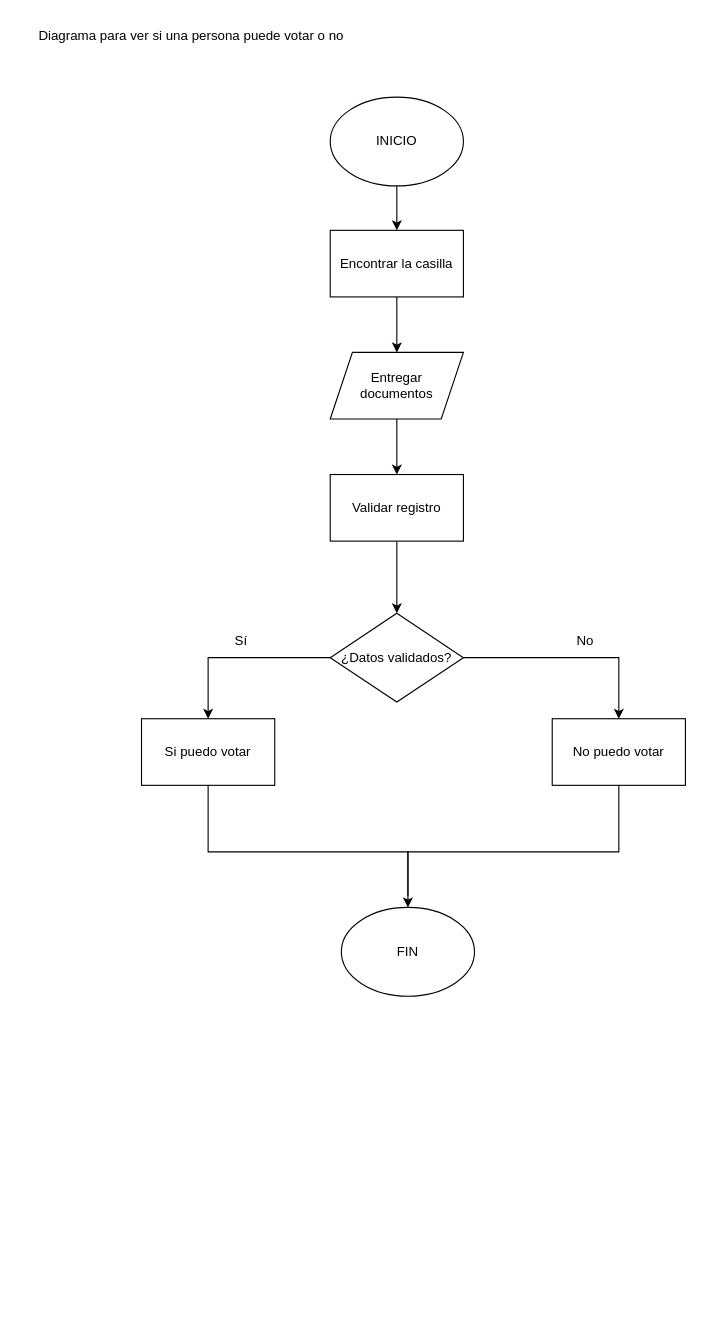
This is M01PC/S01/Lab01-INE/Step02-Diagram/Diagram-INE.drawio from G-Moll/EDC_ZR_LJ_2025_07_14_14HRS, a draw.io file, before an edit. Source tidied: cells renumbered, new cells numbered last; positions are measured from the earlier drawing's top-left corner, leaving out a move shared by most shapes. Both pictures are drawn from the tidied source at 111%, with x=0, y=0 at pixel (19, 19).
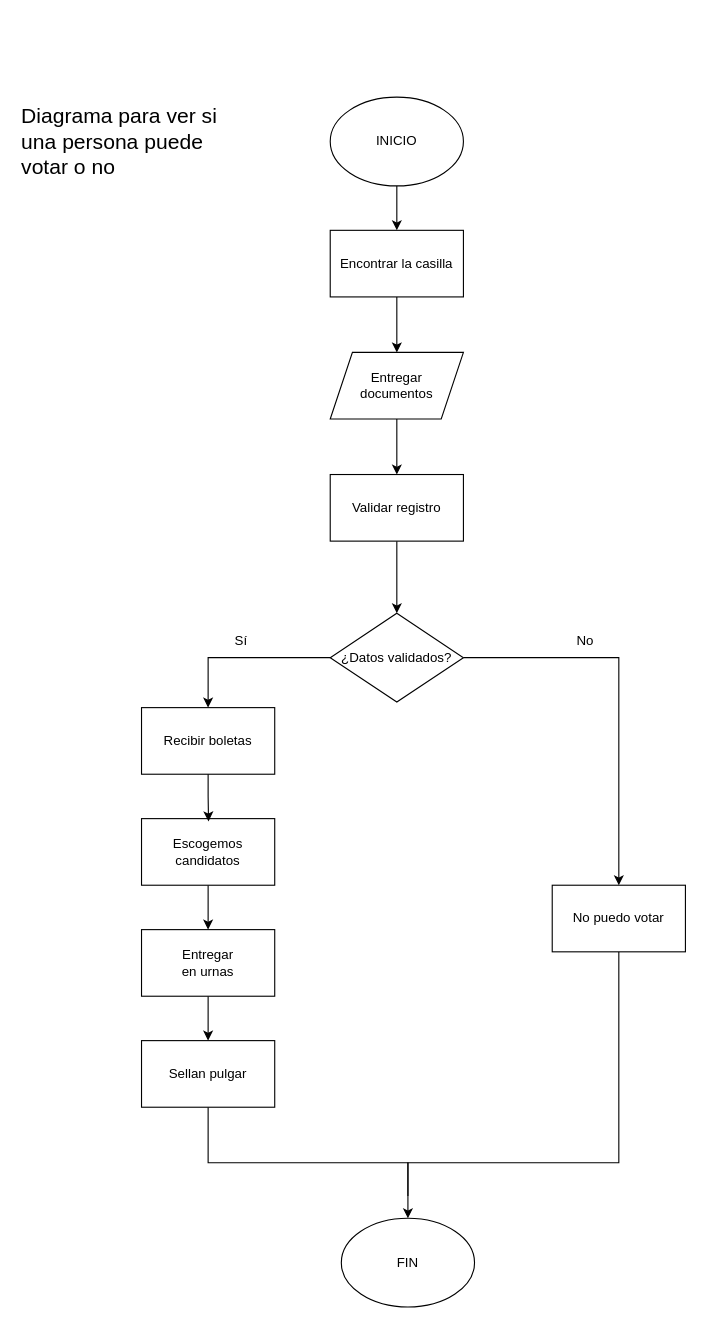
Above is the later version.

Change to the diagram source:
```diff
@@
-    <mxCell id="2" value="Diagrama para ver si una persona puede votar o no" style="text;html=1;align=center;verticalAlign=middle;whiteSpace=wrap;rounded=0;" parent="1" vertex="1">
-      <mxGeometry width="310" height="30" as="geometry" />
+    <mxCell id="2" value="Diagrama para ver si una persona puede votar o no" style="text;html=1;align=left;verticalAlign=top;whiteSpace=wrap;rounded=0;fontSize=19;" parent="1" vertex="1">
+      <mxGeometry y="70" width="200" height="80" as="geometry" />
     </mxCell>
@@
     <mxCell id="5" value="FIN" style="ellipse;whiteSpace=wrap;html=1;" parent="1" vertex="1">
-      <mxGeometry x="290" y="800" width="120" height="80" as="geometry" />
+      <mxGeometry x="290" y="1080" width="120" height="80" as="geometry" />
     </mxCell>
@@
     <mxCell id="13" style="edgeStyle=orthogonalEdgeStyle;rounded=0;jettySize=auto;html=1;entryX=0.5;entryY=0;entryDx=0;entryDy=0;" parent="1" edge="1" source="14" target="5">
       <mxGeometry relative="1" as="geometry">
         <Array as="points">
-          <mxPoint x="540" y="750" />
-          <mxPoint x="350" y="750" />
+          <mxPoint x="540" y="1030" />
+          <mxPoint x="350" y="1030" />
         </Array>
       </mxGeometry>
     </mxCell>
     <mxCell id="14" value="No puedo votar" style="rounded=0;whiteSpace=wrap;html=1;" parent="1" vertex="1">
-      <mxGeometry x="480" y="630" width="120" height="60" as="geometry" />
+      <mxGeometry x="480" y="780" width="120" height="60" as="geometry" />
     </mxCell>
-    <mxCell id="15" style="edgeStyle=orthogonalEdgeStyle;rounded=0;jettySize=auto;html=1;endArrow=none;endFill=0;" parent="1" edge="1" source="16">
-      <mxGeometry relative="1" as="geometry">
-        <mxPoint x="350" y="790" as="targetPoint" />
-        <Array as="points">
-          <mxPoint x="170" y="750" />
-          <mxPoint x="350" y="750" />
-        </Array>
-      </mxGeometry>
-    </mxCell>
-    <mxCell id="16" value="Si puedo votar" style="rounded=0;whiteSpace=wrap;html=1;" parent="1" vertex="1">
-      <mxGeometry x="110" y="630" width="120" height="60" as="geometry" />
+    <mxCell id="16" value="Recibir boletas" style="rounded=0;whiteSpace=wrap;html=1;" parent="1" vertex="1">
+      <mxGeometry x="110" y="620" width="120" height="60" as="geometry" />
     </mxCell>
@@
+    <mxCell id="21" style="edgeStyle=orthogonalEdgeStyle;rounded=0;jettySize=auto;html=1;entryX=0.5;entryY=0;entryDx=0;entryDy=0;" parent="1" edge="1" source="22" target="24">
+      <mxGeometry relative="1" as="geometry" />
+    </mxCell>
+    <mxCell id="22" value="Escogemos candidatos" style="rounded=0;whiteSpace=wrap;html=1;" parent="1" vertex="1">
+      <mxGeometry x="110" y="720" width="120" height="60" as="geometry" />
+    </mxCell>
+    <mxCell id="23" style="edgeStyle=orthogonalEdgeStyle;rounded=0;jettySize=auto;html=1;entryX=0.5;entryY=0;entryDx=0;entryDy=0;" parent="1" edge="1" source="24" target="27">
+      <mxGeometry relative="1" as="geometry" />
+    </mxCell>
+    <mxCell id="24" value="Entregar&lt;div&gt;en urnas&lt;/div&gt;" style="rounded=0;whiteSpace=wrap;html=1;" parent="1" vertex="1">
+      <mxGeometry x="110" y="820" width="120" height="60" as="geometry" />
+    </mxCell>
+    <mxCell id="25" style="edgeStyle=orthogonalEdgeStyle;rounded=0;jettySize=auto;html=1;entryX=0.503;entryY=0.042;entryDx=0;entryDy=0;entryPerimeter=0;" parent="1" edge="1" source="16" target="22">
+      <mxGeometry relative="1" as="geometry" />
+    </mxCell>
+    <mxCell id="26" style="edgeStyle=orthogonalEdgeStyle;rounded=0;jettySize=auto;html=1;endArrow=none;startFill=0;" parent="1" edge="1" source="27">
+      <mxGeometry relative="1" as="geometry">
+        <mxPoint x="350" y="1060" as="targetPoint" />
+        <Array as="points">
+          <mxPoint x="170" y="1030" />
+          <mxPoint x="350" y="1030" />
+        </Array>
+      </mxGeometry>
+    </mxCell>
+    <mxCell id="27" value="Sellan pulgar" style="rounded=0;whiteSpace=wrap;html=1;" parent="1" vertex="1">
+      <mxGeometry x="110" y="920" width="120" height="60" as="geometry" />
+    </mxCell>
```
